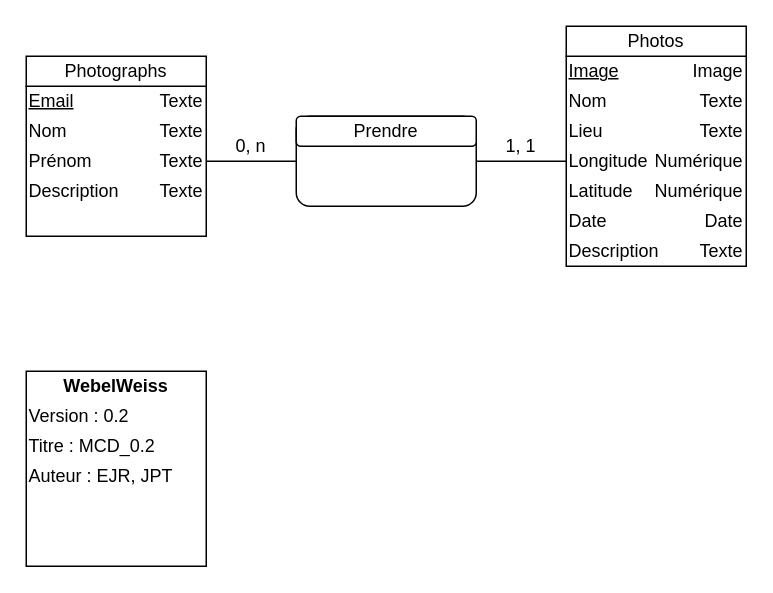
Earlier version of the draw.io diagram Documentation/Diagrammes/BDD/MCD_0.1.drawio (NicolasGlassey/PROJWEB_WEBELWEISS). Source tidied: cells renumbered, new cells numbered last; positions are measured from the earlier drawing's top-left corner, leaving out a move shared by most shapes. Both pictures are drawn from the tidied source at 150%, with x=0, y=0 at pixel (26, 26).
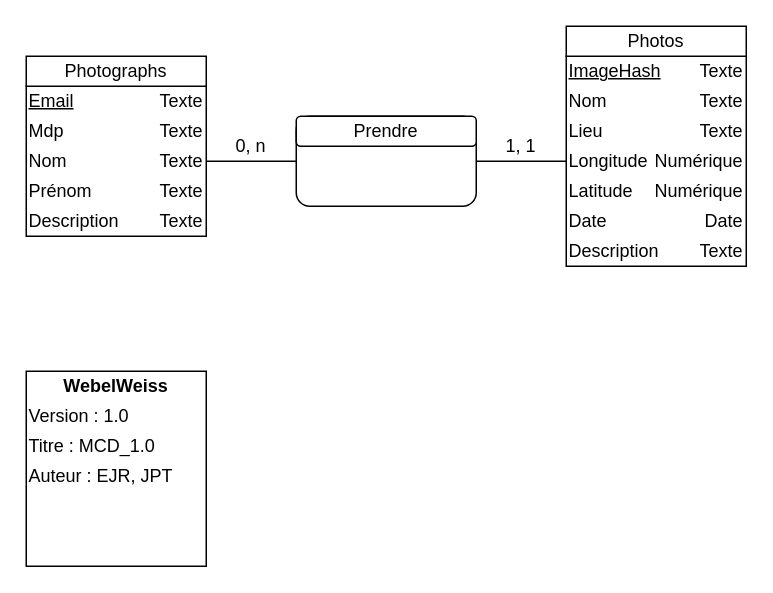
Above is the later version.

Commit message (it also covers changes not shown here):
fin du MCD

Unchanged cells that the change refers to:
```xml
<mxCell id="2" style="group;" parent="1" vertex="1">
  <mxGeometry y="20" width="120" height="120" as="geometry" />
</mxCell>
<mxCell id="14" style="group;" parent="1" vertex="1">
  <mxGeometry x="360" width="120" height="160" as="geometry" />
</mxCell>
```

Diff of the diagram source:
```diff
@@
     <mxCell id="8" value="Nom" style="text;html=1;strokeColor=none;fillColor=none;align=left;verticalAlign=middle;whiteSpace=wrap;rounded=0;" parent="2" vertex="1">
-      <mxGeometry y="40" width="60" height="20" as="geometry" />
+      <mxGeometry y="60" width="60" height="20" as="geometry" />
     </mxCell>
     <mxCell id="9" value="Texte" style="text;html=1;strokeColor=none;fillColor=none;align=right;verticalAlign=middle;whiteSpace=wrap;rounded=0;" parent="2" vertex="1">
-      <mxGeometry x="60" y="40" width="60" height="20" as="geometry" />
+      <mxGeometry x="60" y="60" width="60" height="20" as="geometry" />
     </mxCell>
     <mxCell id="10" value="Prénom" style="text;html=1;strokeColor=none;fillColor=none;align=left;verticalAlign=middle;whiteSpace=wrap;rounded=0;" parent="2" vertex="1">
-      <mxGeometry y="60" width="60" height="20" as="geometry" />
+      <mxGeometry y="80" width="60" height="20" as="geometry" />
     </mxCell>
     <mxCell id="11" value="Description" style="text;html=1;strokeColor=none;fillColor=none;align=left;verticalAlign=middle;whiteSpace=wrap;rounded=0;" parent="2" vertex="1">
-      <mxGeometry y="80" width="60" height="20" as="geometry" />
+      <mxGeometry y="100" width="60" height="20" as="geometry" />
     </mxCell>
     <mxCell id="12" value="Texte" style="text;html=1;strokeColor=none;fillColor=none;align=right;verticalAlign=middle;whiteSpace=wrap;rounded=0;" parent="2" vertex="1">
-      <mxGeometry x="60" y="80" width="60" height="20" as="geometry" />
+      <mxGeometry x="60" y="100" width="60" height="20" as="geometry" />
     </mxCell>
     <mxCell id="13" value="Texte" style="text;html=1;strokeColor=none;fillColor=none;align=right;verticalAlign=middle;whiteSpace=wrap;rounded=0;" parent="2" vertex="1">
-      <mxGeometry x="60" y="60" width="60" height="20" as="geometry" />
+      <mxGeometry x="60" y="80" width="60" height="20" as="geometry" />
     </mxCell>
+    <mxCell id="43" value="Texte" style="text;html=1;strokeColor=none;fillColor=none;align=right;verticalAlign=middle;whiteSpace=wrap;rounded=0;" parent="2" vertex="1">
+      <mxGeometry x="80" y="40" width="40" height="20" as="geometry" />
+    </mxCell>
+    <mxCell id="44" value="Mdp" style="text;html=1;strokeColor=none;fillColor=none;align=left;verticalAlign=middle;whiteSpace=wrap;rounded=0;" parent="2" vertex="1">
+      <mxGeometry y="40" width="40" height="20" as="geometry" />
+    </mxCell>
@@
-    <mxCell id="21" value="&lt;u&gt;Image&lt;/u&gt;" style="text;html=1;strokeColor=none;fillColor=none;align=left;verticalAlign=middle;whiteSpace=wrap;rounded=0;" parent="14" vertex="1">
+    <mxCell id="21" value="&lt;u&gt;ImageHash&lt;/u&gt;" style="text;html=1;strokeColor=none;fillColor=none;align=left;verticalAlign=middle;whiteSpace=wrap;rounded=0;" parent="14" vertex="1">
       <mxGeometry y="20" width="60" height="20" as="geometry" />
     </mxCell>
-    <mxCell id="22" value="Image" style="text;html=1;strokeColor=none;fillColor=none;align=right;verticalAlign=middle;whiteSpace=wrap;rounded=0;" parent="14" vertex="1">
+    <mxCell id="22" value="Texte" style="text;html=1;strokeColor=none;fillColor=none;align=right;verticalAlign=middle;whiteSpace=wrap;rounded=0;" parent="14" vertex="1">
       <mxGeometry x="60" y="20" width="60" height="20" as="geometry" />
     </mxCell>
@@
-    <mxCell id="40" value="Version : 0.2" style="text;html=1;strokeColor=none;fillColor=none;align=left;verticalAlign=middle;whiteSpace=wrap;rounded=0;" parent="1" vertex="1">
+    <mxCell id="40" value="Version : 1.0" style="text;html=1;strokeColor=none;fillColor=none;align=left;verticalAlign=middle;whiteSpace=wrap;rounded=0;" parent="1" vertex="1">
       <mxGeometry y="250" width="120" height="20" as="geometry" />
     </mxCell>
-    <mxCell id="41" value="Titre : MCD_0.2" style="text;html=1;strokeColor=none;fillColor=none;align=left;verticalAlign=middle;whiteSpace=wrap;rounded=0;" parent="1" vertex="1">
+    <mxCell id="41" value="Titre : MCD_1.0" style="text;html=1;strokeColor=none;fillColor=none;align=left;verticalAlign=middle;whiteSpace=wrap;rounded=0;" parent="1" vertex="1">
       <mxGeometry y="270" width="120" height="20" as="geometry" />
     </mxCell>
```
